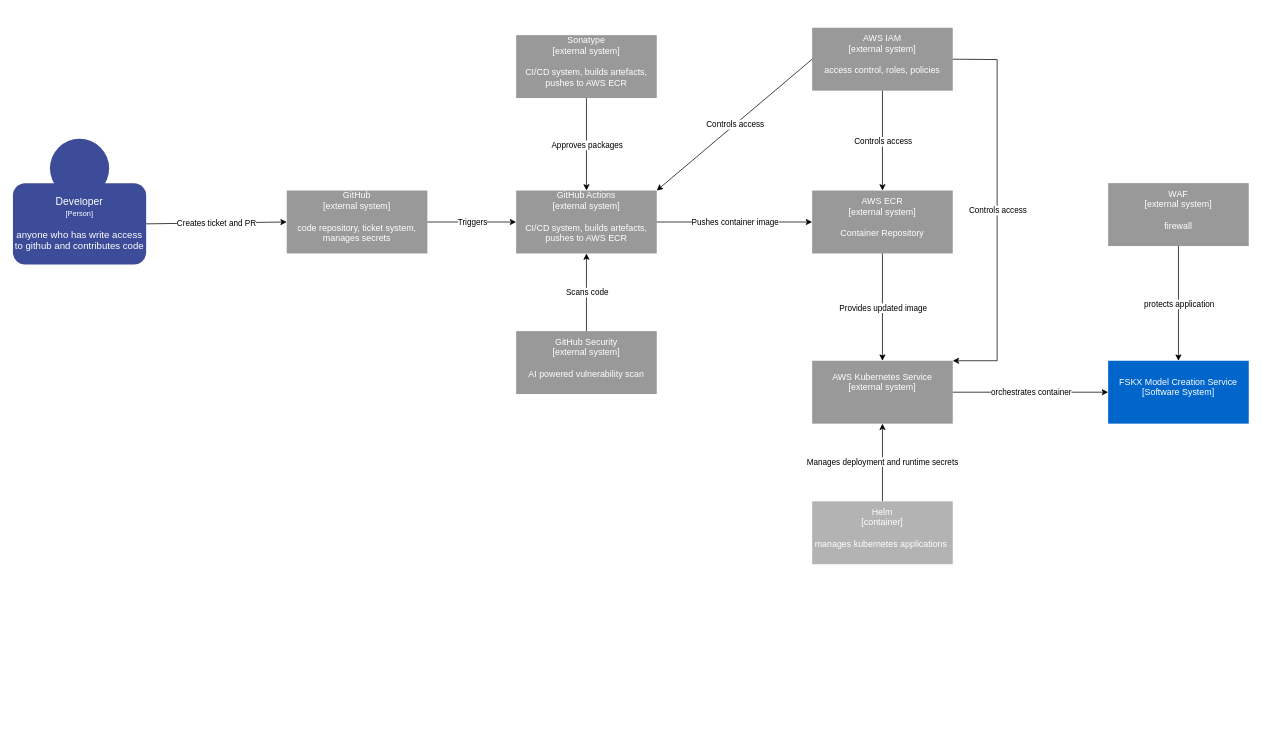
Above: page "deployment" (4 of 5) of FSKX_Service_C4_Architecture.drawio in KIDA-BfR/App-Development (draw.io), before the change. Source tidied: cells renumbered, new cells numbered last; positions are measured from the earlier drawing's top-left corner, leaving out a move shared by most shapes. Both pictures are drawn from the tidied source at 74%, with x=0, y=0 at pixel (13, 27).
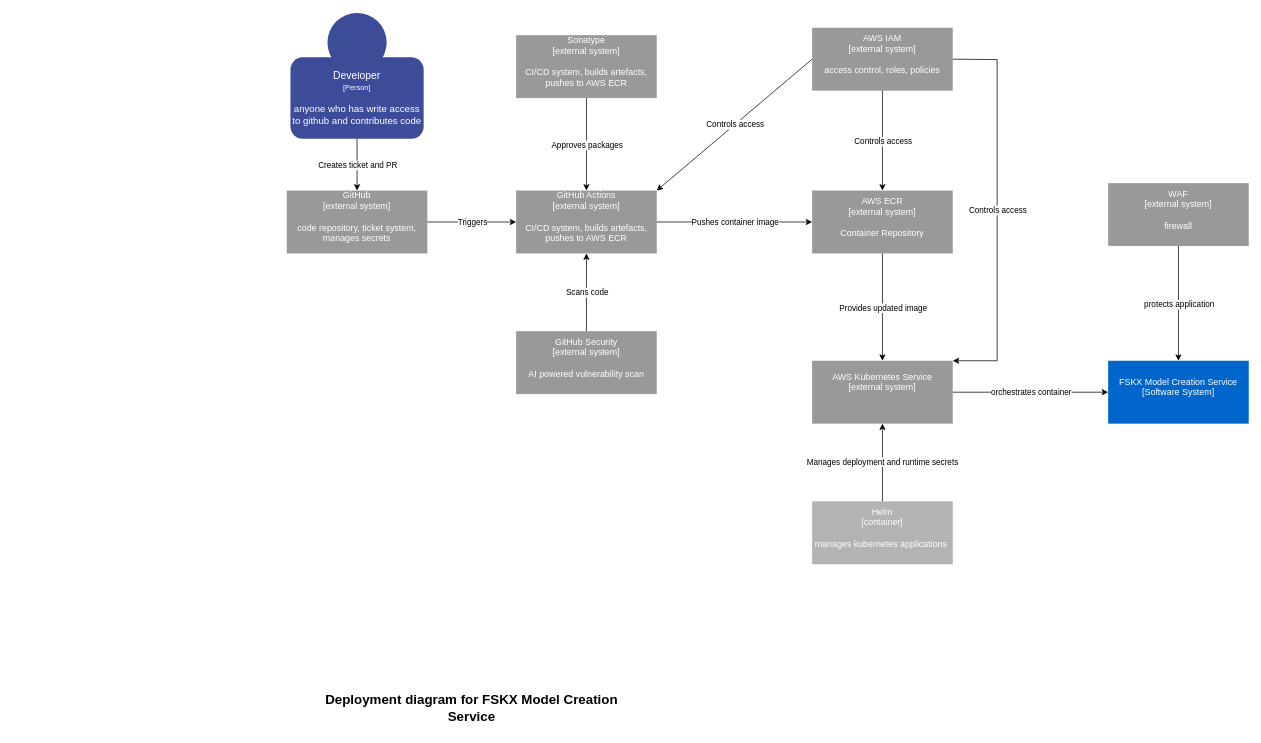
The same diagram, later.

The change refers to these unchanged cells:
```xml
<mxCell id="3" value="&lt;font color=&quot;#ffffff&quot;&gt;&lt;span style=&quot;font-size: 14px;&quot;&gt;Developer&lt;/span&gt;&lt;/font&gt;&lt;div style=&quot;&quot;&gt;&lt;font style=&quot;font-size: 10px;&quot; color=&quot;#ffffff&quot;&gt;&lt;span style=&quot;&quot;&gt;[Person]&lt;br&gt;&lt;/span&gt;&lt;/font&gt;&lt;div style=&quot;&quot;&gt;&lt;font style=&quot;&quot; color=&quot;#ffffff&quot;&gt;&lt;br&gt;&lt;span style=&quot;font-size: 13px;&quot;&gt;anyone who has write access to github and contributes code&lt;/span&gt;&lt;/font&gt;&lt;/div&gt;&lt;/div&gt;" style="rounded=1;whiteSpace=wrap;html=1;fillColor=#3D4C99;strokeColor=none;" parent="2" vertex="1">
  <mxGeometry x="-20" y="60" width="180" height="110" as="geometry" />
</mxCell>
<mxCell id="7" value="&lt;div&gt;&lt;font color=&quot;#ffffff&quot;&gt;GitHub&lt;/font&gt;&lt;/div&gt;&lt;div&gt;&lt;font color=&quot;#ffffff&quot;&gt;[external system]&lt;/font&gt;&lt;/div&gt;&lt;div&gt;&lt;font color=&quot;#ffffff&quot;&gt;&lt;br&gt;&lt;/font&gt;&lt;/div&gt;&lt;div&gt;&lt;font color=&quot;#ffffff&quot;&gt;code repository, ticket system, manages secrets&lt;/font&gt;&lt;/div&gt;&lt;div&gt;&lt;br&gt;&lt;/div&gt;" style="rounded=0;whiteSpace=wrap;html=1;strokeColor=none;fillColor=#999999;" parent="1" vertex="1">
  <mxGeometry x="370" y="220" width="190" height="85" as="geometry" />
</mxCell>
```

Diff of the diagram source:
```diff
@@
     <mxCell id="2" style="group;" parent="1" vertex="1">
-      <mxGeometry x="20" y="150" width="140" height="170" as="geometry" />
+      <mxGeometry x="395" y="-20" width="140" height="170" as="geometry" />
     </mxCell>
@@
-    <mxCell id="23" style="endArrow=classic;html=1;rounded=0;exitX=1;exitY=0.5;exitDx=0;exitDy=0;entryX=0;entryY=0.5;entryDx=0;entryDy=0;" parent="1" edge="1" source="3" target="7">
+    <mxCell id="23" style="endArrow=classic;html=1;rounded=0;exitX=0.5;exitY=1;exitDx=0;exitDy=0;entryX=0.5;entryY=0;entryDx=0;entryDy=0;" parent="1" edge="1" source="3" target="7">
       <mxGeometry relative="1" as="geometry" />
     </mxCell>
@@
+    <mxCell id="40" value="&lt;font style=&quot;font-size: 18px;&quot;&gt;&lt;b&gt;Deployment diagram for FSKX Model Creation Service&lt;/b&gt;&lt;/font&gt;" style="text;html=1;align=center;verticalAlign=middle;whiteSpace=wrap;rounded=0;" parent="1" vertex="1">
+      <mxGeometry x="395" y="890" width="450" height="60" as="geometry" />
+    </mxCell>
```
